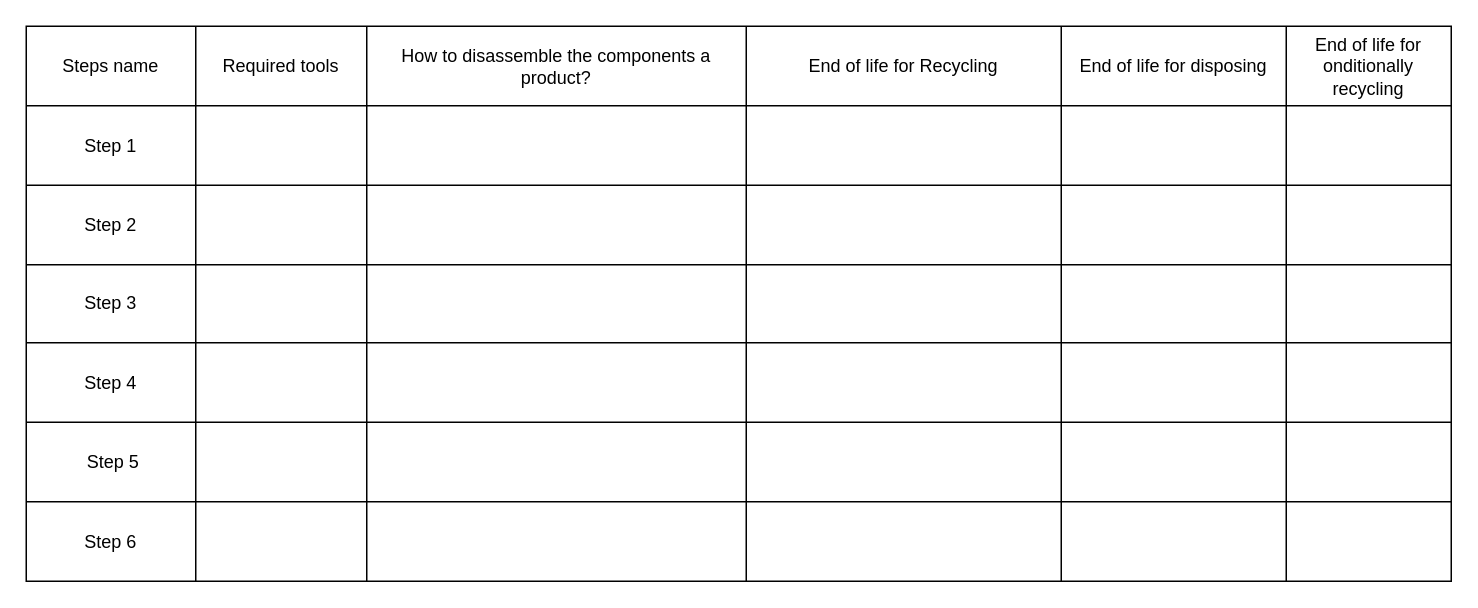
amerezoji1362/drawio-github keeps this draw.io diagram as Disassemble for recycling or disposing.drawio. Above is the earlier version. Source tidied: cells renumbered, new cells numbered last; positions are measured from the earlier drawing's top-left corner, leaving out a move shared by most shapes. Both pictures are drawn from the tidied source at 150%, with x=0, y=0 at pixel (26, 26).
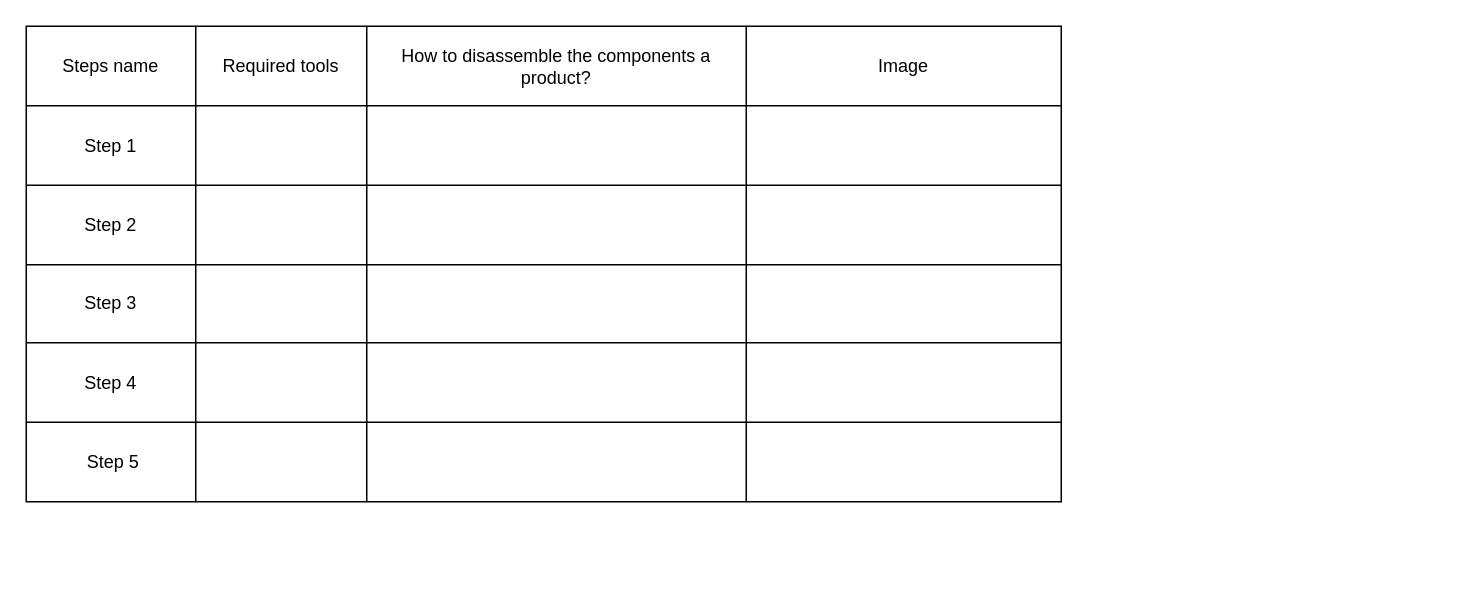
Above is the later version.

Diff of the diagram source:
```diff
@@
     <mxCell id="2" style="shape=table;startSize=0;childLayout=tableLayout;" parent="1" vertex="1">
-      <mxGeometry width="950" height="370" as="geometry" />
+      <mxGeometry width="690" height="317" as="geometry" />
     </mxCell>
     <mxCell id="3" style="shape=partialRectangle;fillColor=none;top=0;left=0;bottom=0;right=0;" parent="2" vertex="1">
-      <mxGeometry width="950" height="53" as="geometry" />
+      <mxGeometry width="690" height="53" as="geometry" />
     </mxCell>
@@
-    <mxCell id="7" value="End of life for Recycling" style="shape=partialRectangle;html=1;whiteSpace=wrap;overflow=hidden;fillColor=none;top=0;left=0;bottom=0;right=0;" parent="3" vertex="1">
+    <mxCell id="7" value="Image" style="shape=partialRectangle;html=1;whiteSpace=wrap;overflow=hidden;fillColor=none;top=0;left=0;bottom=0;right=0;" parent="3" vertex="1">
       <mxGeometry x="480" width="210" height="53" as="geometry" />
     </mxCell>
-    <mxCell id="8" value="End of life for disposing " style="shape=partialRectangle;html=1;whiteSpace=wrap;overflow=hidden;fillColor=none;top=0;left=0;bottom=0;right=0;" parent="3" vertex="1">
-      <mxGeometry x="690" width="150" height="53" as="geometry" />
-    </mxCell>
-    <mxCell id="9" value="End of life for onditionally recycling" style="shape=partialRectangle;html=1;whiteSpace=wrap;overflow=hidden;fillColor=none;top=0;left=0;bottom=0;right=0;" parent="3" vertex="1">
-      <mxGeometry x="840" width="110" height="53" as="geometry" />
-    </mxCell>
     <mxCell id="10" style="shape=partialRectangle;fillColor=none;top=0;left=0;bottom=0;right=0;" parent="2" vertex="1">
-      <mxGeometry y="53" width="950" height="53" as="geometry" />
+      <mxGeometry y="53" width="690" height="53" as="geometry" />
     </mxCell>
@@
-    <mxCell id="15" style="shape=partialRectangle;html=1;whiteSpace=wrap;overflow=hidden;fillColor=none;top=0;left=0;bottom=0;right=0;" parent="10" vertex="1">
-      <mxGeometry x="690" width="150" height="53" as="geometry" />
-    </mxCell>
-    <mxCell id="16" style="shape=partialRectangle;html=1;whiteSpace=wrap;overflow=hidden;fillColor=none;top=0;left=0;bottom=0;right=0;" parent="10" vertex="1">
-      <mxGeometry x="840" width="110" height="53" as="geometry" />
-    </mxCell>
     <mxCell id="17" style="shape=partialRectangle;fillColor=none;top=0;left=0;bottom=0;right=0;" parent="2" vertex="1">
-      <mxGeometry y="106" width="950" height="53" as="geometry" />
+      <mxGeometry y="106" width="690" height="53" as="geometry" />
     </mxCell>
@@
-    <mxCell id="22" style="shape=partialRectangle;html=1;whiteSpace=wrap;overflow=hidden;fillColor=none;top=0;left=0;bottom=0;right=0;" parent="17" vertex="1">
-      <mxGeometry x="690" width="150" height="53" as="geometry" />
-    </mxCell>
-    <mxCell id="23" style="shape=partialRectangle;html=1;whiteSpace=wrap;overflow=hidden;fillColor=none;top=0;left=0;bottom=0;right=0;" parent="17" vertex="1">
-      <mxGeometry x="840" width="110" height="53" as="geometry" />
-    </mxCell>
     <mxCell id="24" style="shape=partialRectangle;fillColor=none;top=0;left=0;bottom=0;right=0;" parent="2" vertex="1">
-      <mxGeometry y="159" width="950" height="52" as="geometry" />
+      <mxGeometry y="159" width="690" height="52" as="geometry" />
     </mxCell>
@@
-    <mxCell id="29" style="shape=partialRectangle;html=1;whiteSpace=wrap;overflow=hidden;fillColor=none;top=0;left=0;bottom=0;right=0;" parent="24" vertex="1">
-      <mxGeometry x="690" width="150" height="52" as="geometry" />
-    </mxCell>
-    <mxCell id="30" style="shape=partialRectangle;html=1;whiteSpace=wrap;overflow=hidden;fillColor=none;top=0;left=0;bottom=0;right=0;" parent="24" vertex="1">
-      <mxGeometry x="840" width="110" height="52" as="geometry" />
-    </mxCell>
     <mxCell id="31" style="shape=partialRectangle;fillColor=none;top=0;left=0;bottom=0;right=0;" parent="2" vertex="1">
-      <mxGeometry y="211" width="950" height="53" as="geometry" />
+      <mxGeometry y="211" width="690" height="53" as="geometry" />
     </mxCell>
@@
-    <mxCell id="36" style="shape=partialRectangle;html=1;whiteSpace=wrap;overflow=hidden;fillColor=none;top=0;left=0;bottom=0;right=0;" parent="31" vertex="1">
-      <mxGeometry x="690" width="150" height="53" as="geometry" />
-    </mxCell>
-    <mxCell id="37" style="shape=partialRectangle;html=1;whiteSpace=wrap;overflow=hidden;fillColor=none;top=0;left=0;bottom=0;right=0;" parent="31" vertex="1">
-      <mxGeometry x="840" width="110" height="53" as="geometry" />
-    </mxCell>
     <mxCell id="38" style="shape=partialRectangle;fillColor=none;top=0;left=0;bottom=0;right=0;" parent="2" vertex="1">
-      <mxGeometry y="264" width="950" height="53" as="geometry" />
+      <mxGeometry y="264" width="690" height="53" as="geometry" />
     </mxCell>
@@
-    <mxCell id="43" style="shape=partialRectangle;html=1;whiteSpace=wrap;overflow=hidden;fillColor=none;top=0;left=0;bottom=0;right=0;" parent="38" vertex="1">
-      <mxGeometry x="690" width="150" height="53" as="geometry" />
-    </mxCell>
-    <mxCell id="44" style="shape=partialRectangle;html=1;whiteSpace=wrap;overflow=hidden;fillColor=none;top=0;left=0;bottom=0;right=0;" parent="38" vertex="1">
-      <mxGeometry x="840" width="110" height="53" as="geometry" />
-    </mxCell>
-    <mxCell id="45" style="shape=partialRectangle;fillColor=none;top=0;left=0;bottom=0;right=0;" parent="2" vertex="1">
-      <mxGeometry y="317" width="950" height="53" as="geometry" />
-    </mxCell>
-    <mxCell id="46" value="Step 6" style="shape=partialRectangle;html=1;whiteSpace=wrap;overflow=hidden;fillColor=none;top=0;left=0;bottom=0;right=0;" parent="45" vertex="1">
-      <mxGeometry width="113" height="53" as="geometry" />
-    </mxCell>
-    <mxCell id="47" style="shape=partialRectangle;html=1;whiteSpace=wrap;overflow=hidden;fillColor=none;top=0;left=0;bottom=0;right=0;" parent="45" vertex="1">
-      <mxGeometry x="113" width="114" height="53" as="geometry" />
-    </mxCell>
-    <mxCell id="48" style="shape=partialRectangle;html=1;whiteSpace=wrap;overflow=hidden;fillColor=none;top=0;left=0;bottom=0;right=0;" parent="45" vertex="1">
-      <mxGeometry x="227" width="253" height="53" as="geometry" />
-    </mxCell>
-    <mxCell id="49" style="shape=partialRectangle;html=1;whiteSpace=wrap;overflow=hidden;fillColor=none;top=0;left=0;bottom=0;right=0;" parent="45" vertex="1">
-      <mxGeometry x="480" width="210" height="53" as="geometry" />
-    </mxCell>
-    <mxCell id="50" style="shape=partialRectangle;html=1;whiteSpace=wrap;overflow=hidden;fillColor=none;top=0;left=0;bottom=0;right=0;" parent="45" vertex="1">
-      <mxGeometry x="690" width="150" height="53" as="geometry" />
-    </mxCell>
-    <mxCell id="51" style="shape=partialRectangle;html=1;whiteSpace=wrap;overflow=hidden;fillColor=none;top=0;left=0;bottom=0;right=0;" parent="45" vertex="1">
-      <mxGeometry x="840" width="110" height="53" as="geometry" />
-    </mxCell>
```
